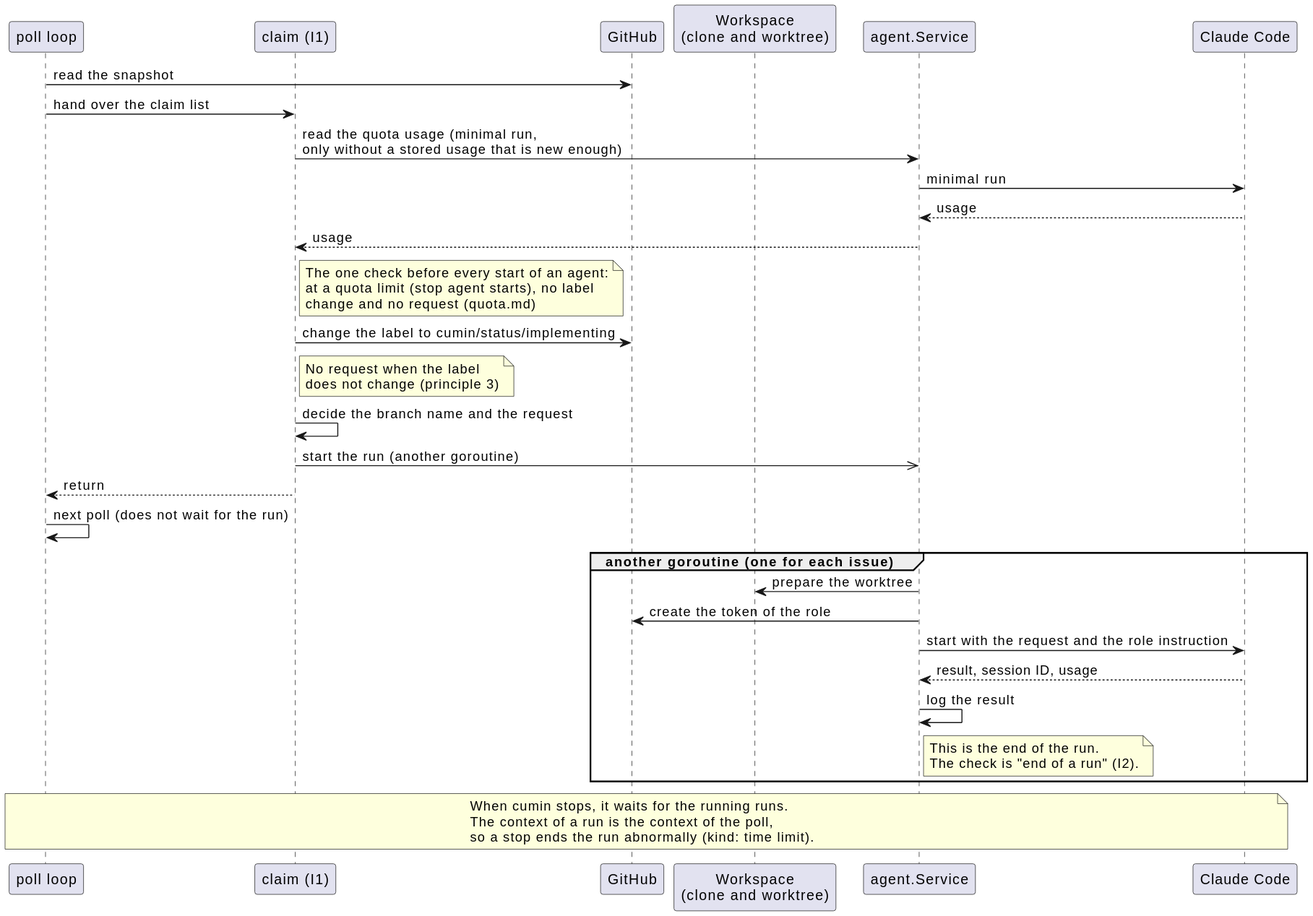
Above: docs/ja/designs/poll-start.svg in cloveclovedev/cumin-works (PlantUML), before the change.
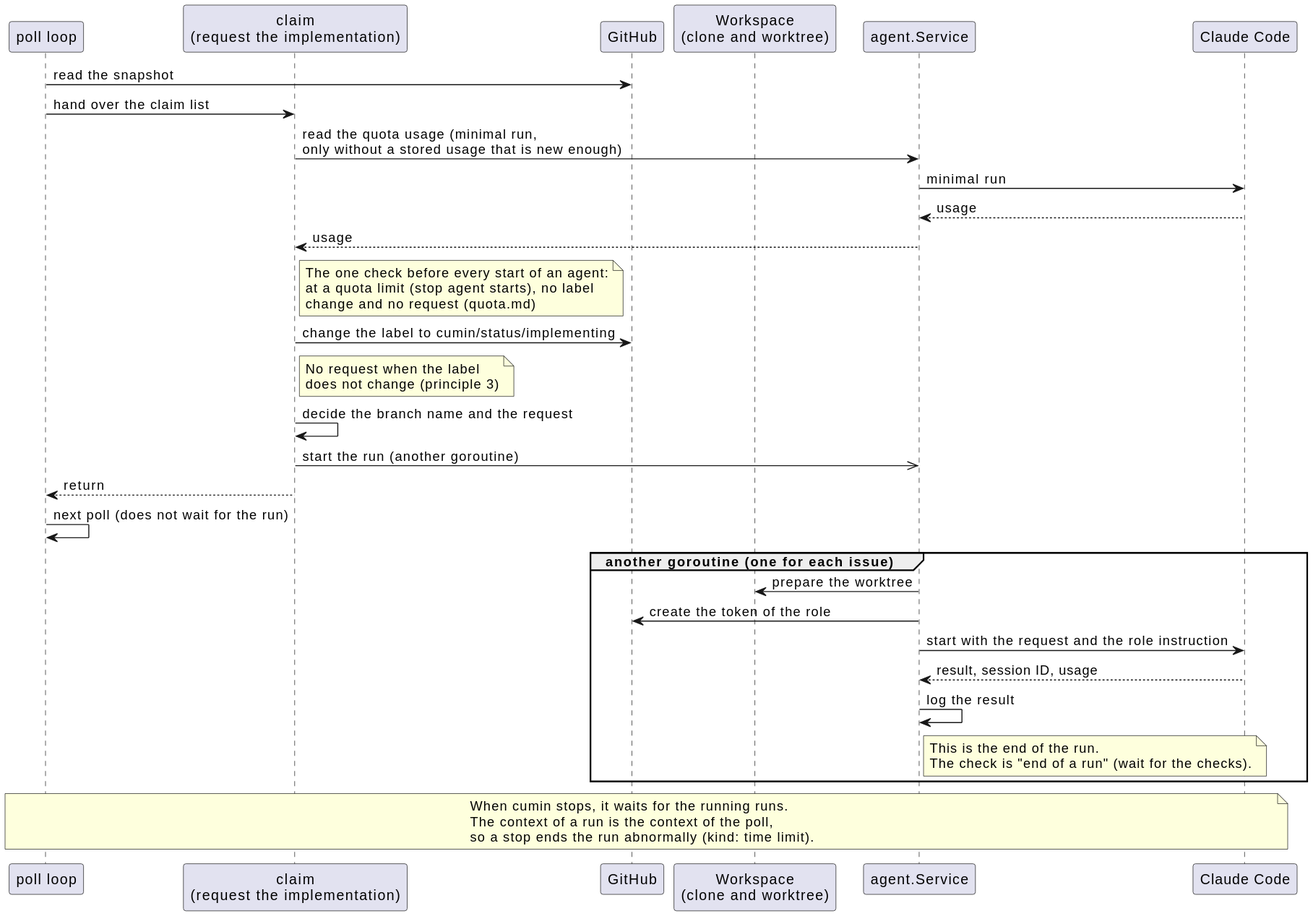
The same file after the commit.

Change to the diagram source:
```diff
@@ -3,7 +3,7 @@
 skinparam defaultFontName sans-serif
 
 participant "poll loop" as poll
-participant "claim (I1)" as claim
+participant "claim\n(request the implementation)" as claim
 participant "GitHub" as gh
 participant "Workspace\n(clone and worktree)" as ws
 participant "agent.Service" as agents
@@ -38,7 +38,7 @@
   agents -> agents: log the result
   note right of agents
     This is the end of the run.
-    The check is "end of a run" (I2).
+    The check is "end of a run" (wait for the checks).
   end note
 end
 
```
